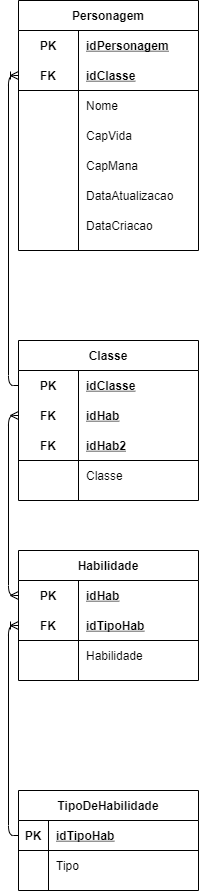
Earlier version of the draw.io export desafios/SENAI_HROADS_MANHA-logico.png (Pedro-B-Alves/senai_sprint1_bd). Source tidied: cells renumbered, new cells last; positions are measured from the earlier drawing's top-left corner, leaving out a move shared by most shapes.
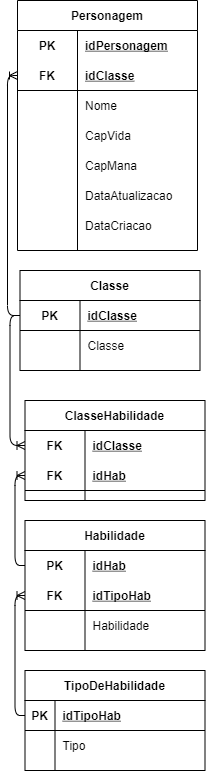
The same diagram one commit later.

The edit, as a diff of the source:
```diff
@@ -3,7 +3,7 @@
     <mxCell id="0" />
     <mxCell id="1" parent="0" />
     <mxCell id="2" value="TipoDeHabilidade" style="shape=table;startSize=30;rowLines=0;fontStyle=1;align=center;" parent="1" vertex="1">
-      <mxGeometry y="790" width="180" height="100" as="geometry" />
+      <mxGeometry x="7.5" y="670" width="180" height="100" as="geometry" />
     </mxCell>
     <mxCell id="3" style="shape=partialRectangle;fillColor=none;top=0;left=0;bottom=1;right=0;points=[[0,0.5],[1,0.5]];portConstraint=eastwest;" parent="2" vertex="1">
       <mxGeometry y="30" width="180" height="30" as="geometry" />
@@ -24,7 +24,7 @@
       <mxGeometry x="30" width="150" height="30" as="geometry" />
     </mxCell>
     <mxCell id="9" value="Habilidade" style="shape=table;startSize=30;rowLines=0;fontStyle=1;align=center;" parent="1" vertex="1">
-      <mxGeometry y="550" width="180" height="130" as="geometry" />
+      <mxGeometry x="7.5" y="520" width="180" height="130" as="geometry" />
     </mxCell>
     <mxCell id="10" style="shape=partialRectangle;fillColor=none;top=0;left=0;bottom=0;right=0;points=[[0,0.5],[1,0.5]];portConstraint=eastwest;" parent="9" vertex="1">
       <mxGeometry y="30" width="180" height="30" as="geometry" />
@@ -57,37 +57,19 @@
       <mxGeometry relative="1" as="geometry" />
     </mxCell>
     <mxCell id="20" value="Classe" style="shape=table;startSize=30;rowLines=0;fontStyle=1;align=center;" parent="1" vertex="1">
-      <mxGeometry y="340" width="180" height="160" as="geometry" />
+      <mxGeometry x="2.5" y="270" width="180" height="100" as="geometry" />
     </mxCell>
-    <mxCell id="21" style="shape=partialRectangle;fillColor=none;top=0;left=0;bottom=0;right=0;points=[[0,0.5],[1,0.5]];portConstraint=eastwest;" parent="20" vertex="1">
-      <mxGeometry y="30" width="180" height="30" as="geometry" />
-    </mxCell>
-    <mxCell id="22" value="PK" style="shape=partialRectangle;fillColor=none;top=0;left=0;bottom=0;right=0;fontStyle=1;overflow=hidden;" parent="21" vertex="1">
-      <mxGeometry width="60" height="30" as="geometry" />
-    </mxCell>
-    <mxCell id="23" value="idClasse" style="shape=partialRectangle;fillColor=none;top=0;left=0;bottom=0;right=0;align=left;spacingLeft=6;fontStyle=5;overflow=hidden;" parent="21" vertex="1">
-      <mxGeometry x="60" width="120" height="30" as="geometry" />
-    </mxCell>
-    <mxCell id="24" style="shape=partialRectangle;fillColor=none;top=0;left=0;bottom=0;right=0;points=[[0,0.5],[1,0.5]];portConstraint=eastwest;" parent="20" vertex="1">
-      <mxGeometry y="60" width="180" height="30" as="geometry" />
-    </mxCell>
-    <mxCell id="25" value="FK" style="shape=partialRectangle;fillColor=none;top=0;left=0;bottom=0;right=0;fontStyle=1;overflow=hidden;" parent="24" vertex="1">
-      <mxGeometry width="60" height="30" as="geometry" />
-    </mxCell>
-    <mxCell id="26" value="idHab" style="shape=partialRectangle;fillColor=none;top=0;left=0;bottom=0;right=0;align=left;spacingLeft=6;fontStyle=5;overflow=hidden;" parent="24" vertex="1">
-      <mxGeometry x="60" width="120" height="30" as="geometry" />
-    </mxCell>
     <mxCell id="27" style="shape=partialRectangle;fillColor=none;top=0;left=0;bottom=1;right=0;points=[[0,0.5],[1,0.5]];portConstraint=eastwest;" parent="20" vertex="1">
-      <mxGeometry y="90" width="180" height="30" as="geometry" />
+      <mxGeometry y="30" width="180" height="30" as="geometry" />
     </mxCell>
-    <mxCell id="28" value="FK" style="shape=partialRectangle;fillColor=none;top=0;left=0;bottom=0;right=0;fontStyle=1;overflow=hidden;" parent="27" vertex="1">
+    <mxCell id="28" value="PK" style="shape=partialRectangle;fillColor=none;top=0;left=0;bottom=0;right=0;fontStyle=1;overflow=hidden;" parent="27" vertex="1">
       <mxGeometry width="60" height="30" as="geometry" />
     </mxCell>
-    <mxCell id="29" value="idHab2" style="shape=partialRectangle;fillColor=none;top=0;left=0;bottom=0;right=0;align=left;spacingLeft=6;fontStyle=5;overflow=hidden;" parent="27" vertex="1">
+    <mxCell id="29" value="idClasse" style="shape=partialRectangle;fillColor=none;top=0;left=0;bottom=0;right=0;align=left;spacingLeft=6;fontStyle=5;overflow=hidden;" parent="27" vertex="1">
       <mxGeometry x="60" width="120" height="30" as="geometry" />
     </mxCell>
     <mxCell id="30" style="shape=partialRectangle;fillColor=none;top=0;left=0;bottom=0;right=0;" parent="20" vertex="1">
-      <mxGeometry y="120" width="180" height="30" as="geometry" />
+      <mxGeometry y="60" width="180" height="30" as="geometry" />
     </mxCell>
     <mxCell id="31" style="shape=partialRectangle;fillColor=none;top=0;left=0;bottom=0;right=0;overflow=hidden;" parent="30" vertex="1">
       <mxGeometry width="60" height="30" as="geometry" />
@@ -95,9 +77,6 @@
     <mxCell id="32" value="Classe" style="shape=partialRectangle;fillColor=none;top=0;left=0;bottom=0;right=0;align=left;spacingLeft=6;overflow=hidden;" parent="30" vertex="1">
       <mxGeometry x="60" width="120" height="30" as="geometry" />
     </mxCell>
-    <mxCell id="33" style="edgeStyle=orthogonalEdgeStyle;fontSize=12;html=1;endArrow=ERmany;startArrow=ERmany;entryX=0;entryY=0.5;entryDx=0;entryDy=0;exitX=0;exitY=0.5;exitDx=0;exitDy=0;" parent="1" edge="1" source="10" target="24">
-      <mxGeometry relative="1" as="geometry" />
-    </mxCell>
     <mxCell id="34" value="Personagem" style="shape=table;startSize=30;rowLines=0;fontStyle=1;align=center;" parent="1" vertex="1">
       <mxGeometry width="180" height="250" as="geometry" />
     </mxCell>
@@ -164,8 +143,35 @@
     <mxCell id="55" value="DataCriacao" style="shape=partialRectangle;fillColor=none;top=0;left=0;bottom=0;right=0;align=left;spacingLeft=6;overflow=hidden;" parent="53" vertex="1">
       <mxGeometry x="60" width="120" height="30" as="geometry" />
     </mxCell>
-    <mxCell id="56" style="edgeStyle=orthogonalEdgeStyle;fontSize=12;html=1;endArrow=ERoneToMany;entryX=0;entryY=0.5;entryDx=0;entryDy=0;exitX=0;exitY=0.5;exitDx=0;exitDy=0;" parent="1" edge="1" source="21" target="38">
-      <mxGeometry relative="1" as="geometry" />
-    </mxCell>
+    <mxCell id="57" value="ClasseHabilidade" style="shape=table;startSize=30;rowLines=0;fontStyle=1;align=center;" parent="1" vertex="1">
+      <mxGeometry x="7.5" y="400" width="180" height="100" as="geometry" />
+    </mxCell>
+    <mxCell id="21" style="shape=partialRectangle;fillColor=none;top=0;left=0;bottom=0;right=0;points=[[0,0.5],[1,0.5]];portConstraint=eastwest;" parent="57" vertex="1">
+      <mxGeometry y="30" width="180" height="30" as="geometry" />
+    </mxCell>
+    <mxCell id="58" value="FK" style="shape=partialRectangle;fillColor=none;top=0;left=0;bottom=0;right=0;fontStyle=1;overflow=hidden;" parent="21" vertex="1">
+      <mxGeometry width="60" height="30" as="geometry" />
+    </mxCell>
+    <mxCell id="23" value="idClasse" style="shape=partialRectangle;fillColor=none;top=0;left=0;bottom=0;right=0;align=left;spacingLeft=6;fontStyle=5;overflow=hidden;" parent="21" vertex="1">
+      <mxGeometry x="60" width="120" height="30" as="geometry" />
+    </mxCell>
+    <mxCell id="59" style="shape=partialRectangle;fillColor=none;top=0;left=0;bottom=1;right=0;points=[[0,0.5],[1,0.5]];portConstraint=eastwest;" parent="57" vertex="1">
+      <mxGeometry y="60" width="180" height="30" as="geometry" />
+    </mxCell>
+    <mxCell id="60" value="FK" style="shape=partialRectangle;fillColor=none;top=0;left=0;bottom=0;right=0;fontStyle=1;overflow=hidden;" parent="59" vertex="1">
+      <mxGeometry width="60" height="30" as="geometry" />
+    </mxCell>
+    <mxCell id="26" value="idHab" style="shape=partialRectangle;fillColor=none;top=0;left=0;bottom=0;right=0;align=left;spacingLeft=6;fontStyle=5;overflow=hidden;" parent="59" vertex="1">
+      <mxGeometry x="60" width="120" height="30" as="geometry" />
+    </mxCell>
+    <mxCell id="61" style="edgeStyle=orthogonalEdgeStyle;fontSize=12;html=1;endArrow=ERoneToMany;exitX=0;exitY=0.5;exitDx=0;exitDy=0;entryX=0;entryY=0.5;entryDx=0;entryDy=0;" parent="1" edge="1" source="27" target="21">
+      <mxGeometry relative="1" as="geometry" />
+    </mxCell>
+    <mxCell id="62" style="edgeStyle=orthogonalEdgeStyle;fontSize=12;html=1;endArrow=ERoneToMany;entryX=0;entryY=0.5;entryDx=0;entryDy=0;exitX=0;exitY=0.5;exitDx=0;exitDy=0;" parent="1" edge="1" source="10" target="59">
+      <mxGeometry relative="1" as="geometry" />
+    </mxCell>
+    <mxCell id="63" style="edgeStyle=orthogonalEdgeStyle;fontSize=12;html=1;endArrow=ERoneToMany;entryX=0;entryY=0.5;entryDx=0;entryDy=0;exitX=0;exitY=0.5;exitDx=0;exitDy=0;" parent="1" edge="1" source="27" target="38">
+      <mxGeometry relative="1" as="geometry" />
+    </mxCell>
   </root>
 </mxGraphModel>
```
